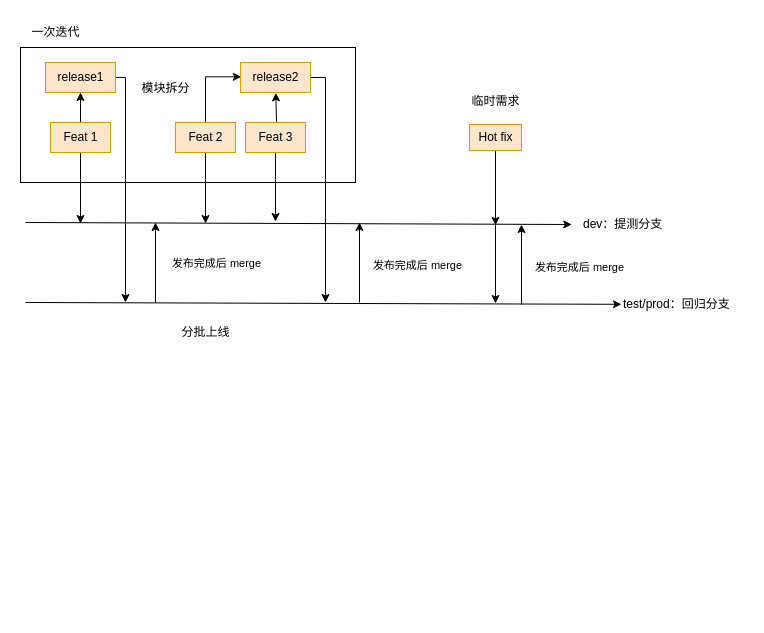
Above: 提测流程.drawio in draw-and-draw/share (draw.io), before the change. Source tidied: cells renumbered, new cells numbered last; positions are measured from the earlier drawing's top-left corner, leaving out a move shared by most shapes. Both pictures are drawn from the tidied source at 100%, with x=0, y=0 at pixel (20, 17).
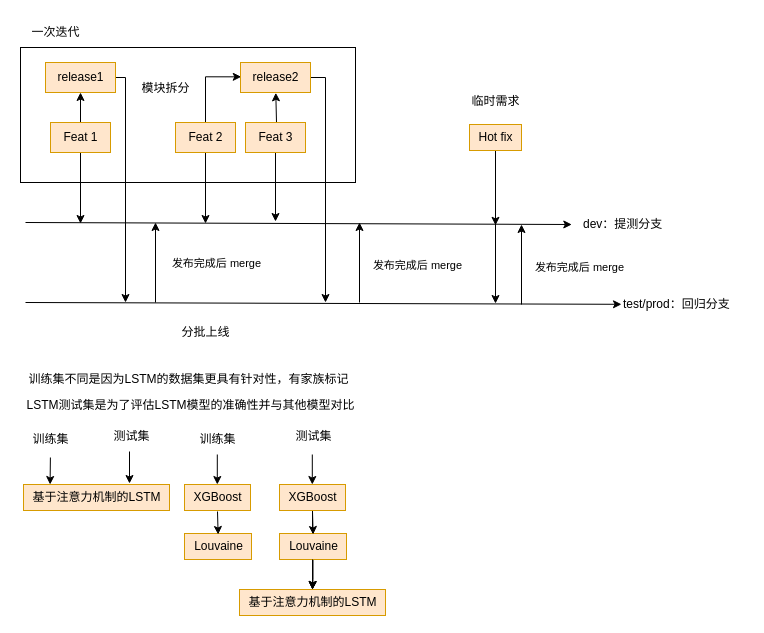
After the change.

Change to the diagram source:
```diff
@@
+    <mxCell id="33" value="XGBoost" style="text;html=1;align=center;verticalAlign=middle;strokeColor=#d79b00;fillColor=#ffe6cc;" parent="1" vertex="1">
+      <mxGeometry x="164" y="467" width="66" height="26" as="geometry" />
+    </mxCell>
+    <mxCell id="34" value="Louvaine" style="text;html=1;align=center;verticalAlign=middle;points=[];strokeColor=#d79b00;fillColor=#ffe6cc;" parent="1" vertex="1">
+      <mxGeometry x="164" y="516" width="67" height="26" as="geometry" />
+    </mxCell>
+    <mxCell id="35" style="endArrow=classic;html=1;rounded=0;entryX=0.502;entryY=0.038;entryDx=0;entryDy=0;entryPerimeter=0;" parent="1" edge="1" target="34">
+      <mxGeometry relative="1" as="geometry">
+        <mxPoint x="197" y="494" as="sourcePoint" />
+      </mxGeometry>
+    </mxCell>
+    <mxCell id="36" style="endArrow=classic;html=1;rounded=0;" parent="1" edge="1">
+      <mxGeometry relative="1" as="geometry">
+        <mxPoint x="196.8" y="437" as="sourcePoint" />
+        <mxPoint x="196.8" y="467" as="targetPoint" />
+      </mxGeometry>
+    </mxCell>
+    <mxCell id="37" value="训练集" style="text;html=1;align=center;verticalAlign=middle;strokeColor=none;fillColor=none;" parent="1" vertex="1">
+      <mxGeometry x="170" y="409" width="54" height="26" as="geometry" />
+    </mxCell>
+    <mxCell id="38" style="edgeStyle=orthogonalEdgeStyle;rounded=0;jettySize=auto;html=1;" parent="1" edge="1" source="39" target="42">
+      <mxGeometry relative="1" as="geometry" />
+    </mxCell>
+    <mxCell id="39" value="XGBoost" style="text;html=1;align=center;verticalAlign=middle;points=[];strokeColor=#d79b00;fillColor=#ffe6cc;" parent="1" vertex="1">
+      <mxGeometry x="259" y="467" width="66" height="26" as="geometry" />
+    </mxCell>
+    <mxCell id="40" style="edgeStyle=orthogonalEdgeStyle;rounded=0;jettySize=auto;html=1;" parent="1" edge="1" source="41" target="42">
+      <mxGeometry relative="1" as="geometry" />
+    </mxCell>
+    <mxCell id="41" value="Louvaine" style="text;html=1;align=center;verticalAlign=middle;points=[];strokeColor=#d79b00;fillColor=#ffe6cc;" parent="1" vertex="1">
+      <mxGeometry x="259" y="516" width="67" height="26" as="geometry" />
+    </mxCell>
+    <mxCell id="42" value="基于注意力机制的LSTM" style="text;html=1;align=center;verticalAlign=middle;points=[];strokeColor=#d79b00;fillColor=#ffe6cc;" parent="1" vertex="1">
+      <mxGeometry x="219" y="572" width="146" height="26" as="geometry" />
+    </mxCell>
+    <mxCell id="43" style="endArrow=classic;html=1;rounded=0;entryX=0.502;entryY=0.038;entryDx=0;entryDy=0;entryPerimeter=0;" parent="1" edge="1" target="41">
+      <mxGeometry relative="1" as="geometry">
+        <mxPoint x="292" y="494" as="sourcePoint" />
+      </mxGeometry>
+    </mxCell>
+    <mxCell id="44" style="endArrow=classic;html=1;rounded=0;" parent="1" edge="1" target="42">
+      <mxGeometry relative="1" as="geometry">
+        <mxPoint x="292" y="542" as="sourcePoint" />
+      </mxGeometry>
+    </mxCell>
+    <mxCell id="45" value="测试集" style="text;html=1;align=center;verticalAlign=middle;strokeColor=none;fillColor=none;" parent="1" vertex="1">
+      <mxGeometry x="266" y="406" width="54" height="26" as="geometry" />
+    </mxCell>
+    <mxCell id="46" style="endArrow=classic;html=1;rounded=0;" parent="1" edge="1">
+      <mxGeometry relative="1" as="geometry">
+        <mxPoint x="291.8" y="437" as="sourcePoint" />
+        <mxPoint x="291.8" y="467" as="targetPoint" />
+      </mxGeometry>
+    </mxCell>
+    <mxCell id="47" style="endArrow=classic;html=1;rounded=0;" parent="1" edge="1">
+      <mxGeometry relative="1" as="geometry">
+        <mxPoint x="29.9" y="440" as="sourcePoint" />
+        <mxPoint x="29.6" y="467" as="targetPoint" />
+      </mxGeometry>
+    </mxCell>
+    <mxCell id="48" value="训练集" style="text;html=1;align=center;verticalAlign=middle;strokeColor=none;fillColor=none;" parent="1" vertex="1">
+      <mxGeometry x="3" y="409" width="54" height="26" as="geometry" />
+    </mxCell>
+    <mxCell id="49" value="基于注意力机制的LSTM" style="text;html=1;align=center;verticalAlign=middle;strokeColor=#d79b00;fillColor=#ffe6cc;" parent="1" vertex="1">
+      <mxGeometry x="3" y="467" width="146" height="26" as="geometry" />
+    </mxCell>
+    <mxCell id="50" value="训练集不同是因为LSTM的数据集更具有针对性，有家族标记" style="text;html=1;align=center;verticalAlign=middle;strokeColor=none;fillColor=none;" parent="1" vertex="1">
+      <mxGeometry x="-1.5" y="349" width="338" height="26" as="geometry" />
+    </mxCell>
+    <mxCell id="51" value="测试集" style="text;html=1;align=center;verticalAlign=middle;strokeColor=none;fillColor=none;" parent="1" vertex="1">
+      <mxGeometry x="84" y="406" width="54" height="26" as="geometry" />
+    </mxCell>
+    <mxCell id="52" style="endArrow=classic;html=1;rounded=0;" parent="1" edge="1">
+      <mxGeometry relative="1" as="geometry">
+        <mxPoint x="109" y="434" as="sourcePoint" />
+        <mxPoint x="109" y="466" as="targetPoint" />
+      </mxGeometry>
+    </mxCell>
+    <mxCell id="53" value="LSTM测试集是为了评估LSTM模型的准确性并与其他模型对比" style="text;html=1;align=center;verticalAlign=middle;strokeColor=none;fillColor=none;" parent="1" vertex="1">
+      <mxGeometry x="-3" y="375" width="346" height="26" as="geometry" />
+    </mxCell>
```
